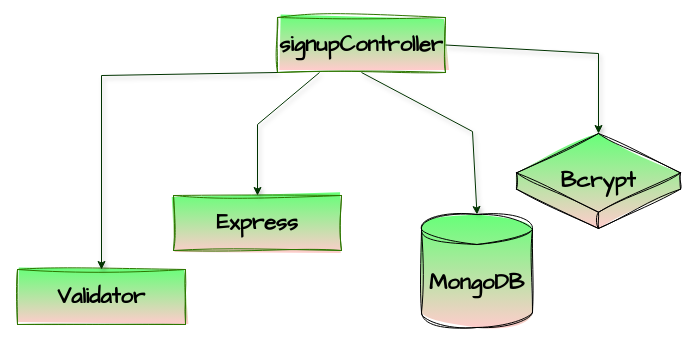
Earlier version of the draw.io diagram project/signupController.drawio (RaphaelAnaximenes/API-Solid). Source tidied: cells renumbered, new cells numbered last; positions are measured from the earlier drawing's top-left corner, leaving out a move shared by most shapes. Both pictures are drawn from the tidied source at 100%, with x=0, y=0 at pixel (17, 17).
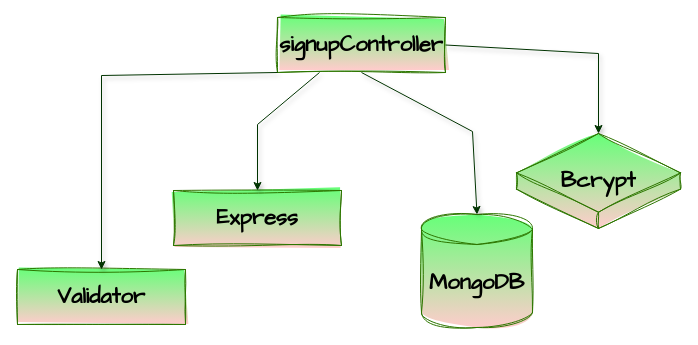
The same diagram, later.

The edit, as a diff of the source:
```diff
@@
 <mxGraphModel background="#ffffff">
   <root>
     <mxCell id="0" />
     <mxCell id="1" parent="0" />
     <mxCell id="2" value="&lt;font style=&quot;font-size: 22px;&quot;&gt;signupController&lt;/font&gt;" style="rounded=0;whiteSpace=wrap;html=1;sketch=1;hachureGap=4;jiggle=2;curveFitting=1;fontFamily=Architects Daughter;fontSize=22;fillStyle=solid;fillColor=#66ff78;fontColor=#000000;strokeColor=#2D7600;fontStyle=1;gradientColor=#FFCCCC;" parent="1" vertex="1">
       <mxGeometry x="260" width="168" height="55" as="geometry" />
     </mxCell>
     <mxCell id="3" value="&lt;font style=&quot;font-size: 22px;&quot;&gt;Express&lt;/font&gt;" style="rounded=0;whiteSpace=wrap;html=1;sketch=1;hachureGap=4;jiggle=2;curveFitting=1;fontFamily=Architects Daughter;fontSize=22;fillStyle=solid;fillColor=#66ff78;fontColor=#000000;strokeColor=#2D7600;fontStyle=1;gradientColor=#FFCCCC;" parent="1" vertex="1">
-      <mxGeometry x="156" y="178" width="168" height="55" as="geometry" />
+      <mxGeometry x="156" y="173" width="168" height="55" as="geometry" />
     </mxCell>
     <mxCell id="4" value="&lt;font style=&quot;font-size: 22px;&quot;&gt;Validator&lt;/font&gt;" style="rounded=0;whiteSpace=wrap;html=1;sketch=1;hachureGap=4;jiggle=2;curveFitting=1;fontFamily=Architects Daughter;fontSize=22;fillStyle=solid;fillColor=#66ff78;fontColor=#000000;strokeColor=#2D7600;fontStyle=1;gradientColor=#FFCCCC;" parent="1" vertex="1">
       <mxGeometry y="252" width="168" height="55" as="geometry" />
     </mxCell>
-    <mxCell id="5" value="&lt;span style=&quot;font-weight: 700;&quot;&gt;MongoDB&lt;/span&gt;" style="shape=cylinder3;whiteSpace=wrap;html=1;boundedLbl=1;backgroundOutline=1;size=15;sketch=1;hachureGap=4;jiggle=2;fillStyle=solid;curveFitting=1;fontFamily=Architects Daughter;fontSize=22;fontColor=#000000;fillColor=#66ff78;gradientColor=#FFCCCC;strokeColor=#000000;" parent="1" vertex="1">
+    <mxCell id="5" value="&lt;span style=&quot;font-weight: 700;&quot;&gt;MongoDB&lt;/span&gt;" style="shape=cylinder3;whiteSpace=wrap;html=1;boundedLbl=1;backgroundOutline=1;size=15;sketch=1;hachureGap=4;jiggle=2;fillStyle=solid;curveFitting=1;fontFamily=Architects Daughter;fontSize=22;fontColor=#000000;fillColor=#66ff78;gradientColor=#FFCCCC;strokeColor=#2D7600;" parent="1" vertex="1">
       <mxGeometry x="404" y="197" width="111" height="113" as="geometry" />
     </mxCell>
-    <mxCell id="6" value="&lt;span style=&quot;font-weight: 700;&quot;&gt;Bcrypt&lt;/span&gt;" style="html=1;whiteSpace=wrap;shape=isoCube2;backgroundOutline=1;isoAngle=15;sketch=1;hachureGap=4;jiggle=2;fillStyle=solid;curveFitting=1;strokeColor=#000000;fontFamily=Architects Daughter;fontSize=22;fontColor=#000000;fillColor=#66ff78;gradientColor=#FFCCCC;" parent="1" vertex="1">
+    <mxCell id="6" value="&lt;span style=&quot;font-weight: 700;&quot;&gt;Bcrypt&lt;/span&gt;" style="html=1;whiteSpace=wrap;shape=isoCube2;backgroundOutline=1;isoAngle=15;sketch=1;hachureGap=4;jiggle=2;fillStyle=solid;curveFitting=1;strokeColor=#2D7600;fontFamily=Architects Daughter;fontSize=22;fontColor=#000000;fillColor=#66ff78;gradientColor=#FFCCCC;" parent="1" vertex="1">
       <mxGeometry x="499" y="116" width="164" height="95" as="geometry" />
     </mxCell>
     <mxCell id="7" style="endArrow=classic;html=1;hachureGap=4;fontFamily=Architects Daughter;fontSize=22;fontColor=#000000;strokeColor=#003300;rounded=0;jumpStyle=sharp;shadow=1;exitX=0;exitY=1;exitDx=0;exitDy=0;" parent="1" edge="1" source="2" target="4">
       <mxGeometry relative="1" as="geometry">
         <Array as="points">
           <mxPoint x="84" y="58" />
         </Array>
       </mxGeometry>
     </mxCell>
     <mxCell id="8" style="endArrow=classic;html=1;hachureGap=4;fontFamily=Architects Daughter;fontSize=22;fontColor=#000000;strokeColor=#003300;rounded=0;jumpStyle=sharp;shadow=1;exitX=0.25;exitY=1;exitDx=0;exitDy=0;entryX=0.5;entryY=0;entryDx=0;entryDy=0;" parent="1" edge="1" source="2" target="3">
       <mxGeometry relative="1" as="geometry">
         <Array as="points">
           <mxPoint x="240" y="107" />
         </Array>
       </mxGeometry>
     </mxCell>
     <mxCell id="9" style="endArrow=classic;html=1;hachureGap=4;fontFamily=Architects Daughter;fontSize=22;fontColor=#000000;strokeColor=#003300;rounded=0;jumpStyle=sharp;shadow=1;exitX=0.5;exitY=1;exitDx=0;exitDy=0;entryX=0.5;entryY=0;entryDx=0;entryDy=0;entryPerimeter=0;" parent="1" edge="1" source="2" target="5">
       <mxGeometry relative="1" as="geometry">
         <Array as="points">
           <mxPoint x="455" y="114" />
         </Array>
       </mxGeometry>
     </mxCell>
     <mxCell id="10" style="endArrow=classic;html=1;hachureGap=4;fontFamily=Architects Daughter;fontSize=22;fontColor=#000000;strokeColor=#003300;rounded=0;jumpStyle=sharp;shadow=1;exitX=1;exitY=0.5;exitDx=0;exitDy=0;entryX=0.5;entryY=0;entryDx=0;entryDy=0;entryPerimeter=0;" parent="1" edge="1" source="2" target="6">
       <mxGeometry relative="1" as="geometry">
         <Array as="points">
           <mxPoint x="581" y="36" />
         </Array>
       </mxGeometry>
     </mxCell>
   </root>
 </mxGraphModel>
```
